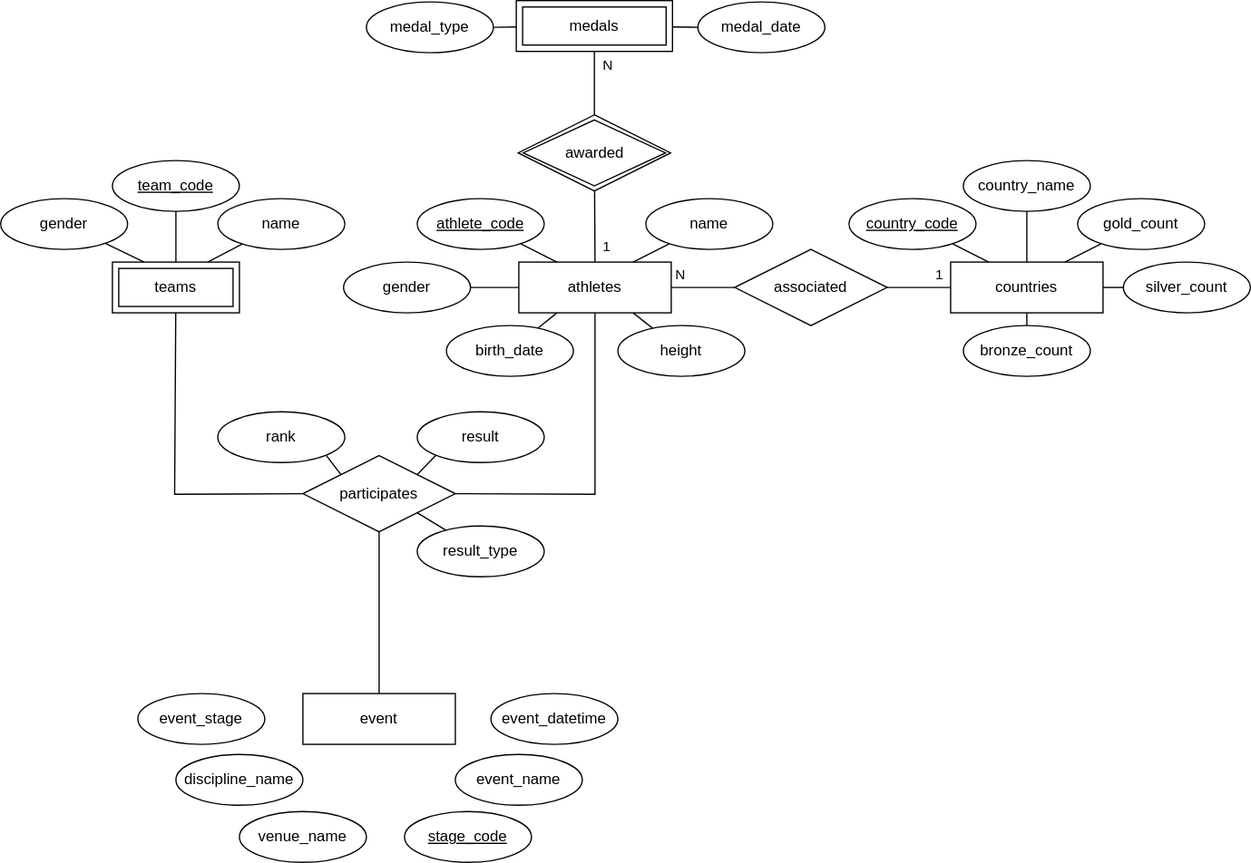
The draw.io diagram documentation/erdiagram.svg in floono/ds_assignment, before a commit. Source tidied: cells renumbered, new cells last; positions are measured from the earlier drawing's top-left corner, leaving out a move shared by most shapes.
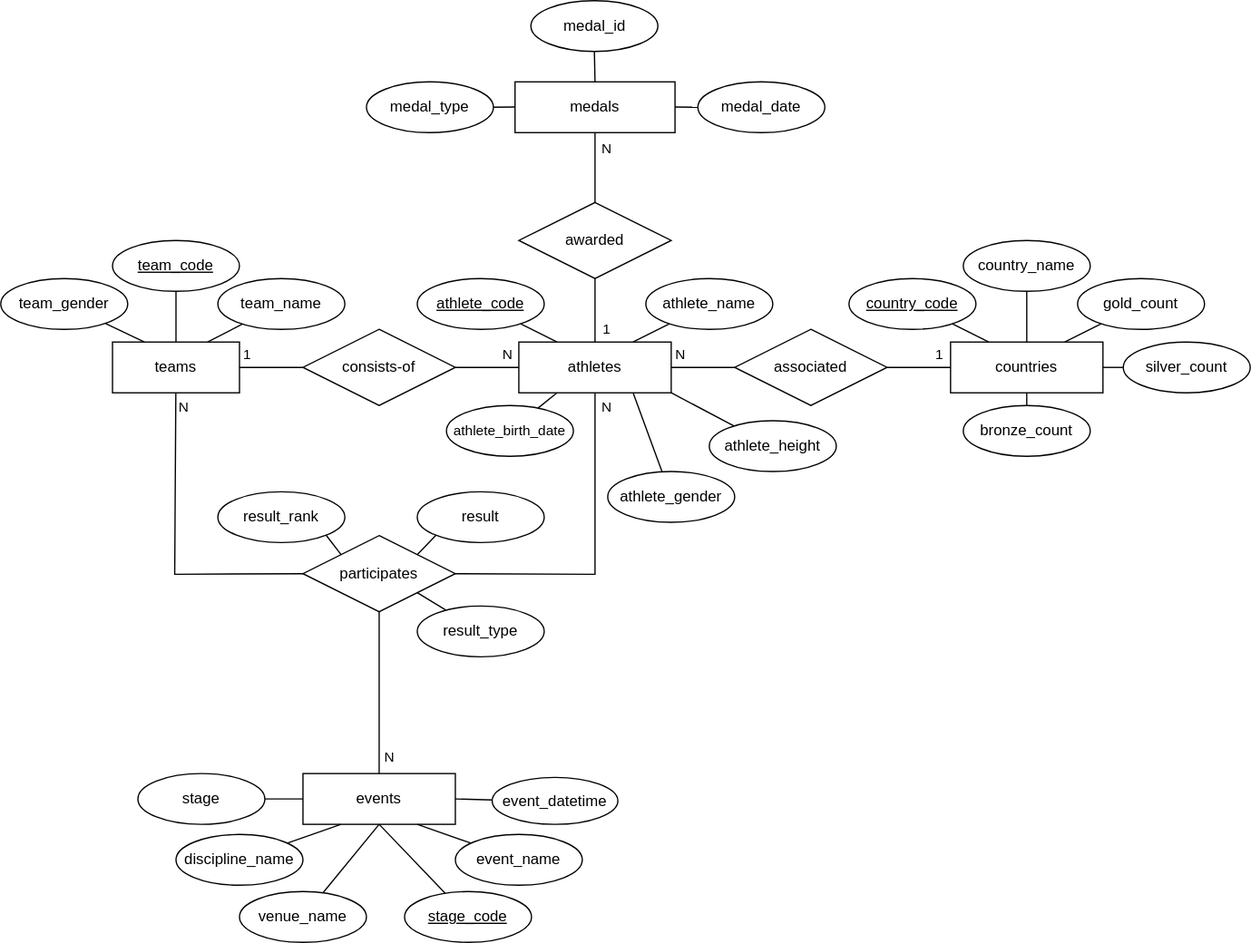
The same diagram one commit later.

Diff of the diagram source:
```diff
@@ -19,6 +19,22 @@
         <mxPoint x="-18" y="-10" as="offset" />
       </mxGeometry>
     </mxCell>
+    <mxCell id="63" style="rounded=0;jettySize=auto;html=1;entryX=0.5;entryY=1;entryDx=0;entryDy=0;endArrow=none;endFill=0;" parent="1" edge="1" source="7" target="62">
+      <mxGeometry relative="1" as="geometry" />
+    </mxCell>
+    <mxCell id="64" value="1" style="edgeLabel;html=1;align=center;verticalAlign=middle;" parent="63" vertex="1">
+      <mxGeometry x="-0.25" y="-1" relative="1" as="geometry">
+        <mxPoint x="8" y="9" as="offset" />
+      </mxGeometry>
+    </mxCell>
+    <mxCell id="65" style="rounded=0;jettySize=auto;html=1;entryX=1;entryY=0.5;entryDx=0;entryDy=0;endArrow=none;endFill=0;" parent="1" edge="1" source="7" target="81">
+      <mxGeometry relative="1" as="geometry" />
+    </mxCell>
+    <mxCell id="66" value="N" style="edgeLabel;html=1;align=center;verticalAlign=middle;" parent="65" vertex="1">
+      <mxGeometry x="-0.21" relative="1" as="geometry">
+        <mxPoint x="11" y="-10" as="offset" />
+      </mxGeometry>
+    </mxCell>
     <mxCell id="7" value="athletes" style="whiteSpace=wrap;html=1;align=center;" parent="1" vertex="1">
       <mxGeometry x="408" y="206" width="120" height="40" as="geometry" />
     </mxCell>
@@ -37,20 +53,20 @@
     <mxCell id="12" style="rounded=0;jettySize=auto;html=1;entryX=0.75;entryY=0;entryDx=0;entryDy=0;endArrow=none;endFill=0;" parent="1" edge="1" source="13" target="7">
       <mxGeometry relative="1" as="geometry" />
     </mxCell>
-    <mxCell id="13" value="name" style="ellipse;whiteSpace=wrap;html=1;align=center;" parent="1" vertex="1">
+    <mxCell id="13" value="athlete_name" style="ellipse;whiteSpace=wrap;html=1;align=center;" parent="1" vertex="1">
       <mxGeometry x="508" y="156" width="100" height="40" as="geometry" />
     </mxCell>
-    <mxCell id="14" style="rounded=0;jettySize=auto;html=1;entryX=0;entryY=0.5;entryDx=0;entryDy=0;endArrow=none;endFill=0;" parent="1" edge="1" source="15" target="7">
+    <mxCell id="14" style="rounded=0;jettySize=auto;html=1;entryX=0.75;entryY=1;entryDx=0;entryDy=0;endArrow=none;endFill=0;" parent="1" edge="1" source="15" target="7">
       <mxGeometry relative="1" as="geometry" />
     </mxCell>
-    <mxCell id="15" value="gender" style="ellipse;whiteSpace=wrap;html=1;align=center;" parent="1" vertex="1">
-      <mxGeometry x="270" y="206" width="100" height="40" as="geometry" />
+    <mxCell id="15" value="athlete_gender" style="ellipse;whiteSpace=wrap;html=1;align=center;" parent="1" vertex="1">
+      <mxGeometry x="478" y="308" width="100" height="40" as="geometry" />
     </mxCell>
-    <mxCell id="16" style="rounded=0;jettySize=auto;html=1;entryX=0.75;entryY=1;entryDx=0;entryDy=0;endArrow=none;endFill=0;" parent="1" edge="1" source="17" target="7">
+    <mxCell id="16" style="rounded=0;jettySize=auto;html=1;entryX=1;entryY=1;entryDx=0;entryDy=0;endArrow=none;endFill=0;" parent="1" edge="1" source="17" target="7">
       <mxGeometry relative="1" as="geometry" />
     </mxCell>
-    <mxCell id="17" value="height" style="ellipse;whiteSpace=wrap;html=1;align=center;" parent="1" vertex="1">
-      <mxGeometry x="486" y="256" width="100" height="40" as="geometry" />
+    <mxCell id="17" value="athlete_height" style="ellipse;whiteSpace=wrap;html=1;align=center;" parent="1" vertex="1">
+      <mxGeometry x="558" y="268" width="100" height="40" as="geometry" />
     </mxCell>
     <mxCell id="18" style="edgeStyle=orthogonalEdgeStyle;rounded=0;jettySize=auto;html=1;entryX=0;entryY=0.5;entryDx=0;entryDy=0;endArrow=none;endFill=0;" parent="1" edge="1" source="20" target="2">
       <mxGeometry relative="1" as="geometry" />
@@ -63,7 +79,7 @@
     <mxCell id="20" value="associated" style="shape=rhombus;perimeter=rhombusPerimeter;whiteSpace=wrap;html=1;align=center;" parent="1" vertex="1">
       <mxGeometry x="578" y="196" width="120" height="60" as="geometry" />
     </mxCell>
-    <mxCell id="21" value="event" style="whiteSpace=wrap;html=1;align=center;" parent="1" vertex="1">
+    <mxCell id="21" value="events" style="whiteSpace=wrap;html=1;align=center;" parent="1" vertex="1">
       <mxGeometry x="238" y="546" width="120" height="40" as="geometry" />
     </mxCell>
     <mxCell id="22" style="rounded=0;jettySize=auto;html=1;entryX=0.75;entryY=0;entryDx=0;entryDy=0;endArrow=none;endFill=0;" parent="1" edge="1" source="23" target="2">
@@ -87,7 +103,7 @@
     <mxCell id="28" style="rounded=0;jettySize=auto;html=1;entryX=0.25;entryY=1;entryDx=0;entryDy=0;endArrow=none;endFill=0;" parent="1" edge="1" source="29" target="7">
       <mxGeometry relative="1" as="geometry" />
     </mxCell>
-    <mxCell id="29" value="birth_date" style="ellipse;whiteSpace=wrap;html=1;align=center;" parent="1" vertex="1">
+    <mxCell id="29" value="&lt;font style=&quot;font-size: 11px;&quot;&gt;athlete_birth_date&lt;/font&gt;" style="ellipse;whiteSpace=wrap;html=1;align=center;" parent="1" vertex="1">
       <mxGeometry x="351" y="256" width="100" height="40" as="geometry" />
     </mxCell>
     <mxCell id="30" style="rounded=0;jettySize=auto;html=1;entryX=0.5;entryY=1;entryDx=0;entryDy=0;endArrow=none;endFill=0;exitX=1;exitY=0.5;exitDx=0;exitDy=0;" parent="1" edge="1" source="31" target="7">
@@ -97,62 +113,99 @@
         </Array>
       </mxGeometry>
     </mxCell>
+    <mxCell id="67" value="N" style="edgeLabel;html=1;align=center;verticalAlign=middle;" parent="30" vertex="1">
+      <mxGeometry x="0.71" relative="1" as="geometry">
+        <mxPoint x="9" y="-26" as="offset" />
+      </mxGeometry>
+    </mxCell>
     <mxCell id="31" value="participates" style="shape=rhombus;perimeter=rhombusPerimeter;whiteSpace=wrap;html=1;align=center;" parent="1" vertex="1">
       <mxGeometry x="238" y="358.5" width="120" height="60" as="geometry" />
     </mxCell>
-    <mxCell id="32" style="rounded=0;jettySize=auto;html=1;entryX=0;entryY=0.5;entryDx=0;entryDy=0;endArrow=none;endFill=0;" parent="1" edge="1" source="33" target="31">
+    <mxCell id="32" style="rounded=0;jettySize=auto;html=1;entryX=0;entryY=0.5;entryDx=0;entryDy=0;endArrow=none;endFill=0;" parent="1" edge="1" target="31">
       <mxGeometry relative="1" as="geometry">
+        <mxPoint x="137.9" y="246" as="sourcePoint" />
         <Array as="points">
           <mxPoint x="137" y="389" />
         </Array>
       </mxGeometry>
     </mxCell>
-    <mxCell id="33" value="teams" style="shape=ext;margin=3;double=1;whiteSpace=wrap;html=1;align=center;" parent="1" vertex="1">
-      <mxGeometry x="88" y="206" width="100" height="40" as="geometry" />
-    </mxCell>
+    <mxCell id="68" value="N" style="edgeLabel;html=1;align=center;verticalAlign=middle;" parent="32" vertex="1">
+      <mxGeometry x="-0.58" y="2" relative="1" as="geometry">
+        <mxPoint x="4" y="-41" as="offset" />
+      </mxGeometry>
+    </mxCell>
-    <mxCell id="34" style="rounded=0;jettySize=auto;html=1;entryX=0.75;entryY=0;entryDx=0;entryDy=0;endArrow=none;endFill=0;" parent="1" edge="1" source="35" target="33">
-      <mxGeometry relative="1" as="geometry" />
+    <mxCell id="34" style="rounded=0;jettySize=auto;html=1;entryX=0.75;entryY=0;entryDx=0;entryDy=0;endArrow=none;endFill=0;" parent="1" edge="1" source="35">
+      <mxGeometry relative="1" as="geometry">
+        <mxPoint x="163" y="206" as="targetPoint" />
+      </mxGeometry>
     </mxCell>
-    <mxCell id="35" value="name" style="ellipse;whiteSpace=wrap;html=1;align=center;" parent="1" vertex="1">
+    <mxCell id="35" value="team_name" style="ellipse;whiteSpace=wrap;html=1;align=center;" parent="1" vertex="1">
       <mxGeometry x="171" y="156" width="100" height="40" as="geometry" />
     </mxCell>
-    <mxCell id="36" style="rounded=0;jettySize=auto;html=1;entryX=0.5;entryY=0;entryDx=0;entryDy=0;endArrow=none;endFill=0;" parent="1" edge="1" source="37" target="33">
-      <mxGeometry relative="1" as="geometry" />
+    <mxCell id="36" style="rounded=0;jettySize=auto;html=1;entryX=0.5;entryY=0;entryDx=0;entryDy=0;endArrow=none;endFill=0;" parent="1" edge="1" source="37">
+      <mxGeometry relative="1" as="geometry">
+        <mxPoint x="138" y="206" as="targetPoint" />
+      </mxGeometry>
     </mxCell>
     <mxCell id="37" value="team_code" style="ellipse;whiteSpace=wrap;html=1;align=center;fontStyle=4;" parent="1" vertex="1">
       <mxGeometry x="88" y="126" width="100" height="40" as="geometry" />
     </mxCell>
-    <mxCell id="38" style="rounded=0;jettySize=auto;html=1;entryX=0.25;entryY=0;entryDx=0;entryDy=0;endArrow=none;endFill=0;" parent="1" edge="1" source="39" target="33">
-      <mxGeometry relative="1" as="geometry" />
+    <mxCell id="38" style="rounded=0;jettySize=auto;html=1;entryX=0.25;entryY=0;entryDx=0;entryDy=0;endArrow=none;endFill=0;" parent="1" edge="1" source="39">
+      <mxGeometry relative="1" as="geometry">
+        <mxPoint x="113" y="206" as="targetPoint" />
+      </mxGeometry>
     </mxCell>
-    <mxCell id="39" value="gender" style="ellipse;whiteSpace=wrap;html=1;align=center;" parent="1" vertex="1">
+    <mxCell id="39" value="team_gender" style="ellipse;whiteSpace=wrap;html=1;align=center;" parent="1" vertex="1">
       <mxGeometry y="156" width="100" height="40" as="geometry" />
     </mxCell>
+    <mxCell id="69" style="rounded=0;jettySize=auto;html=1;entryX=0.25;entryY=1;entryDx=0;entryDy=0;endArrow=none;endFill=0;" parent="1" edge="1" source="40" target="21">
+      <mxGeometry relative="1" as="geometry" />
+    </mxCell>
     <mxCell id="40" value="discipline_name" style="ellipse;whiteSpace=wrap;html=1;align=center;" parent="1" vertex="1">
       <mxGeometry x="138" y="594" width="100" height="40" as="geometry" />
     </mxCell>
+    <mxCell id="70" style="rounded=0;jettySize=auto;html=1;entryX=1;entryY=0.5;entryDx=0;entryDy=0;endArrow=none;endFill=0;" parent="1" edge="1" source="41" target="21">
+      <mxGeometry relative="1" as="geometry" />
+    </mxCell>
     <mxCell id="41" value="event_datetime" style="ellipse;whiteSpace=wrap;html=1;align=center;" parent="1" vertex="1">
-      <mxGeometry x="386" y="546" width="100" height="40" as="geometry" />
+      <mxGeometry x="387" y="549" width="99" height="37" as="geometry" />
     </mxCell>
+    <mxCell id="71" style="rounded=0;jettySize=auto;html=1;entryX=0.75;entryY=1;entryDx=0;entryDy=0;endArrow=none;endFill=0;" parent="1" edge="1" source="42" target="21">
+      <mxGeometry relative="1" as="geometry" />
+    </mxCell>
     <mxCell id="42" value="event_name" style="ellipse;whiteSpace=wrap;html=1;align=center;" parent="1" vertex="1">
       <mxGeometry x="358" y="594" width="100" height="40" as="geometry" />
     </mxCell>
+    <mxCell id="72" style="rounded=0;jettySize=auto;html=1;entryX=0.5;entryY=1;entryDx=0;entryDy=0;endArrow=none;endFill=0;" parent="1" edge="1" source="43" target="21">
+      <mxGeometry relative="1" as="geometry" />
+    </mxCell>
     <mxCell id="43" value="stage_code" style="ellipse;whiteSpace=wrap;html=1;align=center;fontStyle=4;" parent="1" vertex="1">
       <mxGeometry x="318" y="639" width="100" height="40" as="geometry" />
     </mxCell>
     <mxCell id="44" style="rounded=0;jettySize=auto;html=1;entryX=0.5;entryY=1;entryDx=0;entryDy=0;endArrow=none;endFill=0;exitX=0.5;exitY=0;exitDx=0;exitDy=0;" parent="1" edge="1" source="21" target="31">
       <mxGeometry relative="1" as="geometry" />
     </mxCell>
+    <mxCell id="73" value="N" style="edgeLabel;html=1;align=center;verticalAlign=middle;" parent="44" vertex="1">
+      <mxGeometry x="-0.8" y="2" relative="1" as="geometry">
+        <mxPoint x="10" as="offset" />
+      </mxGeometry>
+    </mxCell>
+    <mxCell id="74" style="rounded=0;jettySize=auto;html=1;entryX=0.5;entryY=1;entryDx=0;entryDy=0;endArrow=none;endFill=0;" parent="1" edge="1" source="45" target="21">
+      <mxGeometry relative="1" as="geometry" />
+    </mxCell>
     <mxCell id="45" value="venue_name" style="ellipse;whiteSpace=wrap;html=1;align=center;" parent="1" vertex="1">
       <mxGeometry x="188" y="639" width="100" height="40" as="geometry" />
     </mxCell>
+    <mxCell id="75" style="rounded=0;jettySize=auto;html=1;entryX=0;entryY=0.5;entryDx=0;entryDy=0;endArrow=none;endFill=0;" parent="1" edge="1" source="46" target="21">
+      <mxGeometry relative="1" as="geometry" />
+    </mxCell>
-    <mxCell id="46" value="event_stage" style="ellipse;whiteSpace=wrap;html=1;align=center;" parent="1" vertex="1">
+    <mxCell id="46" value="stage" style="ellipse;whiteSpace=wrap;html=1;align=center;" parent="1" vertex="1">
       <mxGeometry x="108" y="546" width="100" height="40" as="geometry" />
     </mxCell>
     <mxCell id="47" style="rounded=0;jettySize=auto;html=1;entryX=0;entryY=0;entryDx=0;entryDy=0;endArrow=none;endFill=0;exitX=1;exitY=1;exitDx=0;exitDy=0;" parent="1" edge="1" source="48" target="31">
       <mxGeometry relative="1" as="geometry" />
     </mxCell>
-    <mxCell id="48" value="rank" style="ellipse;whiteSpace=wrap;html=1;align=center;" parent="1" vertex="1">
+    <mxCell id="48" value="result_rank" style="ellipse;whiteSpace=wrap;html=1;align=center;" parent="1" vertex="1">
       <mxGeometry x="171" y="324" width="100" height="40" as="geometry" />
     </mxCell>
     <mxCell id="49" style="rounded=0;jettySize=auto;html=1;entryX=1;entryY=0;entryDx=0;entryDy=0;endArrow=none;endFill=0;exitX=0;exitY=1;exitDx=0;exitDy=0;" parent="1" edge="1" source="50" target="31">
@@ -167,39 +220,55 @@
     <mxCell id="52" value="result_type" style="ellipse;whiteSpace=wrap;html=1;align=center;" parent="1" vertex="1">
       <mxGeometry x="328" y="414" width="100" height="40" as="geometry" />
     </mxCell>
-    <mxCell id="53" style="rounded=0;jettySize=auto;html=1;entryX=1;entryY=0.5;entryDx=0;entryDy=0;endArrow=none;endFill=0;" parent="1" edge="1" source="55" target="56">
-      <mxGeometry relative="1" as="geometry" />
+    <mxCell id="53" style="rounded=0;jettySize=auto;html=1;entryX=1;entryY=0.5;entryDx=0;entryDy=0;endArrow=none;endFill=0;" parent="1" edge="1" target="56">
+      <mxGeometry relative="1" as="geometry">
+        <mxPoint x="406" y="20.8" as="sourcePoint" />
+      </mxGeometry>
     </mxCell>
-    <mxCell id="54" style="rounded=0;jettySize=auto;html=1;entryX=0;entryY=0.5;entryDx=0;entryDy=0;endArrow=none;endFill=0;" parent="1" edge="1" source="55" target="57">
-      <mxGeometry relative="1" as="geometry" />
+    <mxCell id="54" style="rounded=0;jettySize=auto;html=1;entryX=0;entryY=0.5;entryDx=0;entryDy=0;endArrow=none;endFill=0;" parent="1" edge="1" target="57">
+      <mxGeometry relative="1" as="geometry">
+        <mxPoint x="529" y="20.8" as="sourcePoint" />
+      </mxGeometry>
     </mxCell>
-    <mxCell id="55" value="medals" style="shape=ext;margin=3;double=1;whiteSpace=wrap;html=1;align=center;" parent="1" vertex="1">
-      <mxGeometry x="406" width="123" height="40" as="geometry" />
-    </mxCell>
     <mxCell id="56" value="medal_type" style="ellipse;whiteSpace=wrap;html=1;align=center;" parent="1" vertex="1">
       <mxGeometry x="288" y="1" width="100" height="40" as="geometry" />
     </mxCell>
     <mxCell id="57" value="medal_date" style="ellipse;whiteSpace=wrap;html=1;align=center;" parent="1" vertex="1">
       <mxGeometry x="549" y="1" width="100" height="40" as="geometry" />
     </mxCell>
-    <mxCell id="58" style="rounded=0;jettySize=auto;html=1;entryX=0.5;entryY=0;entryDx=0;entryDy=0;endArrow=none;endFill=0;" parent="1" edge="1" source="62" target="7">
-      <mxGeometry relative="1" as="geometry" />
-    </mxCell>
-    <mxCell id="59" value="1" style="edgeLabel;html=1;align=center;verticalAlign=middle;" parent="58" vertex="1">
-      <mxGeometry x="0.36" relative="1" as="geometry">
-        <mxPoint x="9" y="6" as="offset" />
-      </mxGeometry>
-    </mxCell>
+    <mxCell id="33" value="teams" style="whiteSpace=wrap;html=1;align=center;" parent="1" vertex="1">
+      <mxGeometry x="88" y="206" width="100" height="40" as="geometry" />
+    </mxCell>
+    <mxCell id="76" style="rounded=0;jettySize=auto;html=1;entryX=0.5;entryY=0;entryDx=0;entryDy=0;endArrow=none;endFill=0;" parent="1" edge="1" source="77" target="55">
+      <mxGeometry relative="1" as="geometry" />
+    </mxCell>
+    <mxCell id="77" value="medal_id" style="ellipse;whiteSpace=wrap;html=1;align=center;" parent="1" vertex="1">
+      <mxGeometry x="417.5" y="-63" width="100" height="40" as="geometry" />
+    </mxCell>
+    <mxCell id="55" value="medals" style="whiteSpace=wrap;html=1;align=center;" parent="1" vertex="1">
+      <mxGeometry x="405" y="1" width="126" height="40" as="geometry" />
+    </mxCell>
     <mxCell id="60" style="rounded=0;jettySize=auto;html=1;entryX=0.5;entryY=1;entryDx=0;entryDy=0;endArrow=none;endFill=0;" parent="1" edge="1" source="62" target="55">
       <mxGeometry relative="1" as="geometry" />
     </mxCell>
-    <mxCell id="61" value="N" style="edgeLabel;html=1;align=center;verticalAlign=middle;" parent="60" vertex="1">
-      <mxGeometry x="0.54" y="1" relative="1" as="geometry">
-        <mxPoint x="11" as="offset" />
-      </mxGeometry>
-    </mxCell>
+    <mxCell id="78" value="N" style="edgeLabel;html=1;align=center;verticalAlign=middle;" parent="60" vertex="1">
+      <mxGeometry x="0.41" relative="1" as="geometry">
+        <mxPoint x="9" y="-3" as="offset" />
+      </mxGeometry>
+    </mxCell>
-    <mxCell id="62" value="awarded" style="shape=rhombus;double=1;perimeter=rhombusPerimeter;whiteSpace=wrap;html=1;align=center;" parent="1" vertex="1">
-      <mxGeometry x="407.5" y="90" width="120" height="60" as="geometry" />
+    <mxCell id="62" value="awarded" style="shape=rhombus;perimeter=rhombusPerimeter;whiteSpace=wrap;html=1;align=center;" parent="1" vertex="1">
+      <mxGeometry x="408" y="96" width="120" height="60" as="geometry" />
     </mxCell>
+    <mxCell id="79" style="rounded=0;jettySize=auto;html=1;entryX=1;entryY=0.5;entryDx=0;entryDy=0;endArrow=none;endFill=0;" parent="1" edge="1" source="81" target="33">
+      <mxGeometry relative="1" as="geometry" />
+    </mxCell>
+    <mxCell id="80" value="1" style="edgeLabel;html=1;align=center;verticalAlign=middle;" parent="79" vertex="1">
+      <mxGeometry x="-0.25" relative="1" as="geometry">
+        <mxPoint x="-25" y="-10" as="offset" />
+      </mxGeometry>
+    </mxCell>
+    <mxCell id="81" value="consists-of" style="shape=rhombus;perimeter=rhombusPerimeter;whiteSpace=wrap;html=1;align=center;" parent="1" vertex="1">
+      <mxGeometry x="238" y="196" width="120" height="60" as="geometry" />
+    </mxCell>
   </root>
 </mxGraphModel>
```
